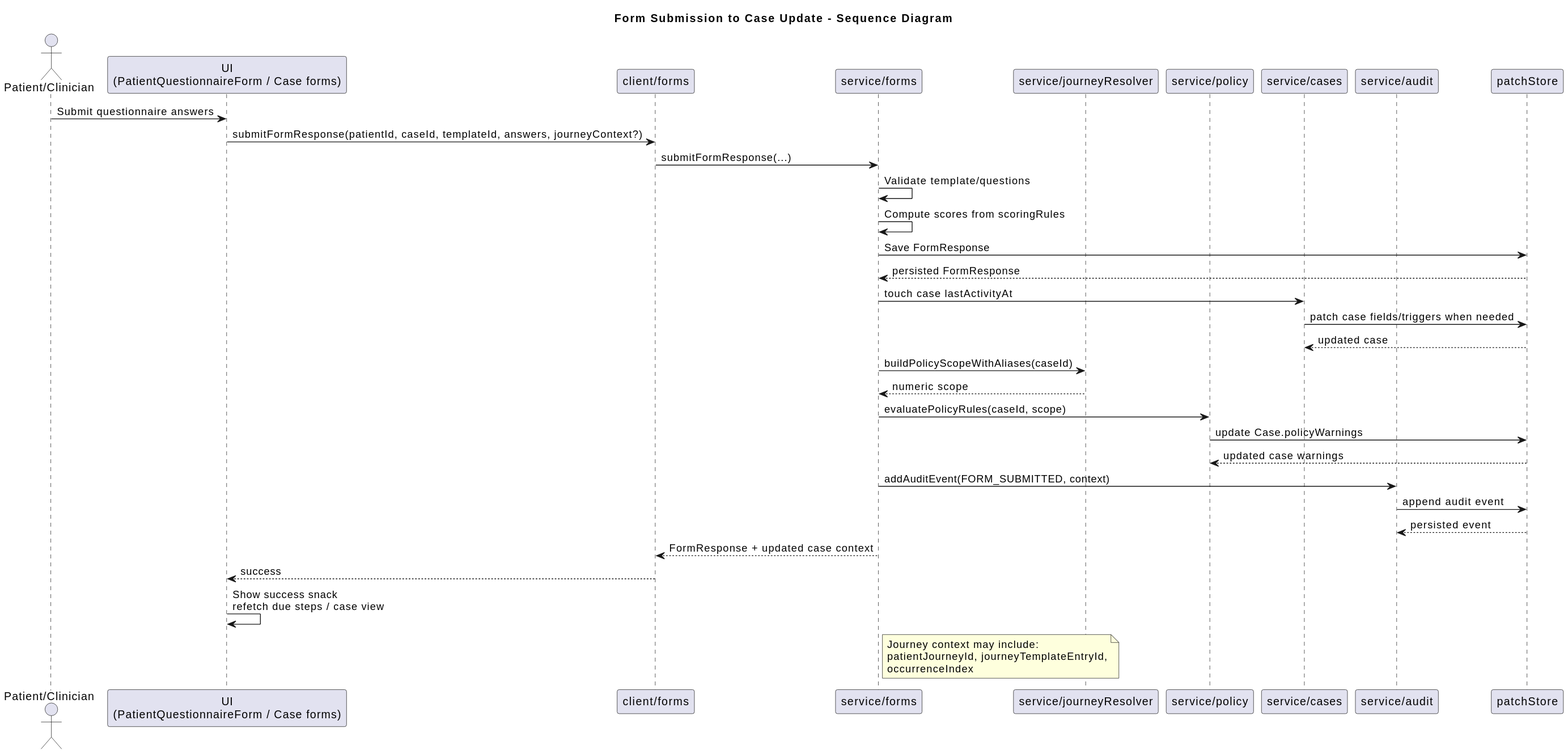
Before: docs/diagrams/form-submission-flow.svg, a diagram exported from PlantUML (gforge/DUK).
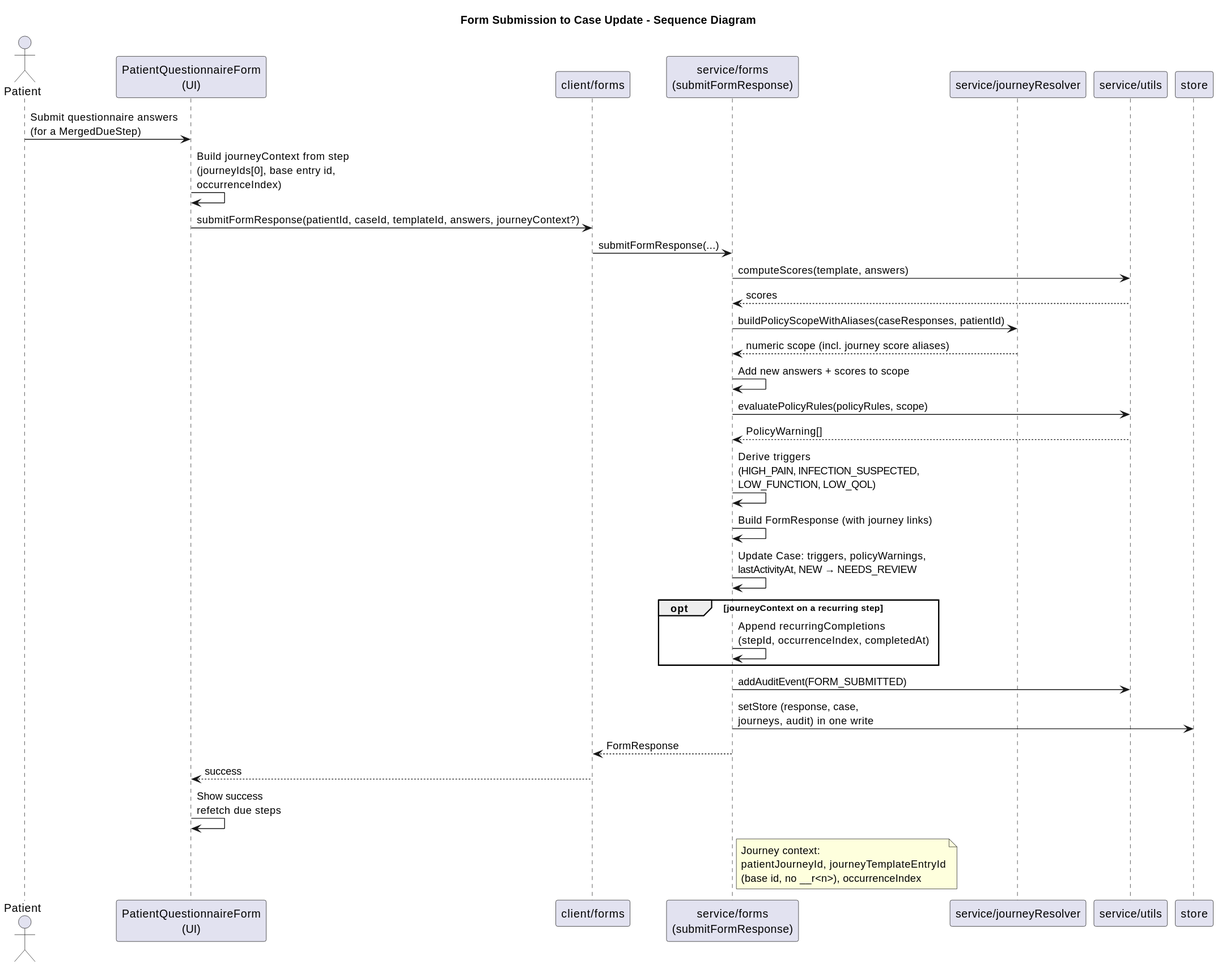
Above is the later version.

Diff of the diagram source:
```diff
@@ -2,45 +2,43 @@
 
 title Form Submission to Case Update - Sequence Diagram
 
-actor "Patient/Clinician" as User
-participant "UI\n(PatientQuestionnaireForm / Case forms)" as UI
+actor "Patient" as User
+participant "PatientQuestionnaireForm\n(UI)" as UI
 participant "client/forms" as Client
-participant "service/forms" as Forms
+participant "service/forms\n(submitFormResponse)" as Forms
 participant "service/journeyResolver" as Resolver
-participant "service/policy" as Policy
-participant "service/cases" as Cases
-participant "service/audit" as Audit
-participant "patchStore" as Store
+participant "service/utils" as Utils
+participant "store" as Store
 
-User -> UI : Submit questionnaire answers
+User -> UI : Submit questionnaire answers\n(for a MergedDueStep)
+UI -> UI : Build journeyContext from step\n(journeyIds[0], base entry id,\noccurrenceIndex)
 UI -> Client : submitFormResponse(patientId, caseId, templateId, answers, journeyContext?)
 Client -> Forms : submitFormResponse(...)
-Forms -> Forms : Validate template/questions
-Forms -> Forms : Compute scores from scoringRules
-Forms -> Store : Save FormResponse
-Store --> Forms : persisted FormResponse
+Forms -> Utils : computeScores(template, answers)
+Utils --> Forms : scores
 
-Forms -> Cases : touch case lastActivityAt
-Cases -> Store : patch case fields/triggers when needed
-Store --> Cases : updated case
+Forms -> Resolver : buildPolicyScopeWithAliases(caseResponses, patientId)
+Resolver --> Forms : numeric scope (incl. journey score aliases)
+Forms -> Forms : Add new answers + scores to scope
+Forms -> Utils : evaluatePolicyRules(policyRules, scope)
+Utils --> Forms : PolicyWarning[]
+Forms -> Forms : Derive triggers\n(HIGH_PAIN, INFECTION_SUSPECTED,\nLOW_FUNCTION, LOW_QOL)
 
-Forms -> Resolver : buildPolicyScopeWithAliases(caseId)
-Resolver --> Forms : numeric scope
-Forms -> Policy : evaluatePolicyRules(caseId, scope)
-Policy -> Store : update Case.policyWarnings
-Store --> Policy : updated case warnings
+Forms -> Forms : Build FormResponse (with journey links)
+Forms -> Forms : Update Case: triggers, policyWarnings,\nlastActivityAt, NEW → NEEDS_REVIEW
+opt journeyContext on a recurring step
+  Forms -> Forms : Append recurringCompletions\n(stepId, occurrenceIndex, completedAt)
+end
+Forms -> Utils : addAuditEvent(FORM_SUBMITTED)
+Forms -> Store : setStore (response, case,\njourneys, audit) in one write
 
-Forms -> Audit : addAuditEvent(FORM_SUBMITTED, context)
-Audit -> Store : append audit event
-Store --> Audit : persisted event
-
-Forms --> Client : FormResponse + updated case context
+Forms --> Client : FormResponse
 Client --> UI : success
-UI -> UI : Show success snack\nrefetch due steps / case view
+UI -> UI : Show success\nrefetch due steps
 
 note right of Forms
-  Journey context may include:
-  patientJourneyId, journeyTemplateEntryId,
-  occurrenceIndex
+  Journey context:
+  patientJourneyId, journeyTemplateEntryId
+  (base id, no __r<n>), occurrenceIndex
 end note
 @enduml
```
